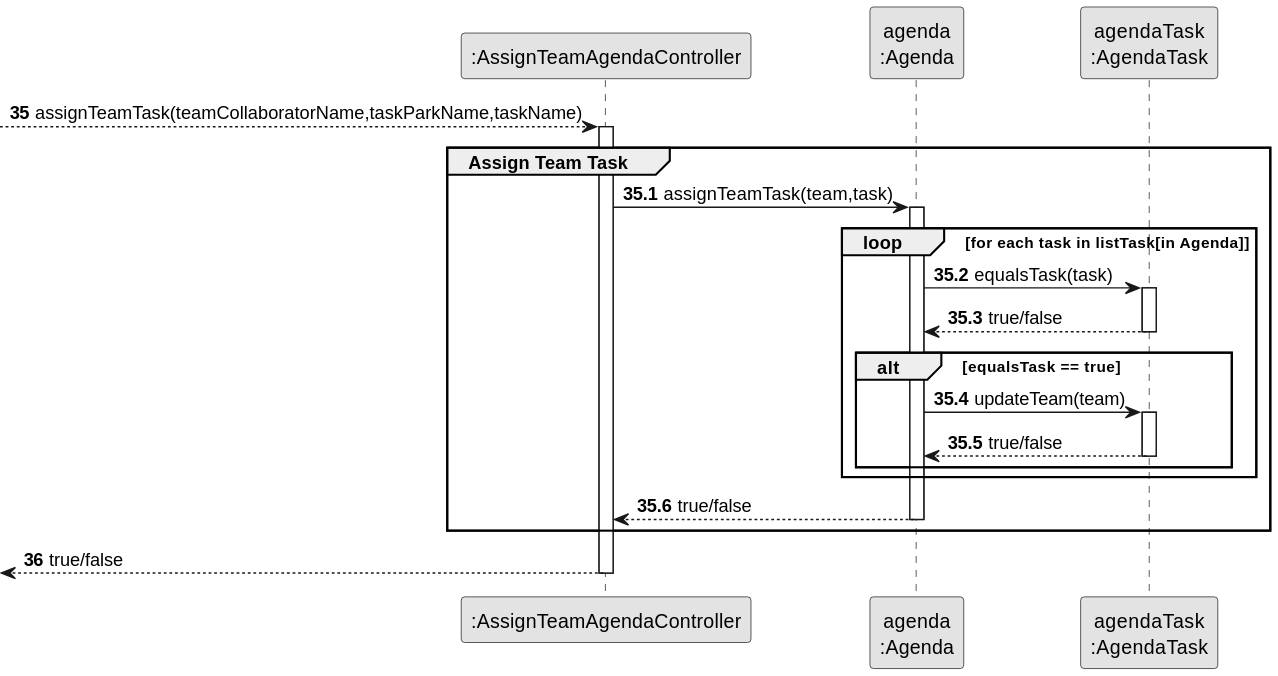
This is docs/sprint3/us23/03.design/svg/us23-partial-sequence-diagram-assign-team.svg from Departamento-de-Engenharia-Informatica/lei-24-s2-1db-g022, a PlantUML export, as it was before one commit.
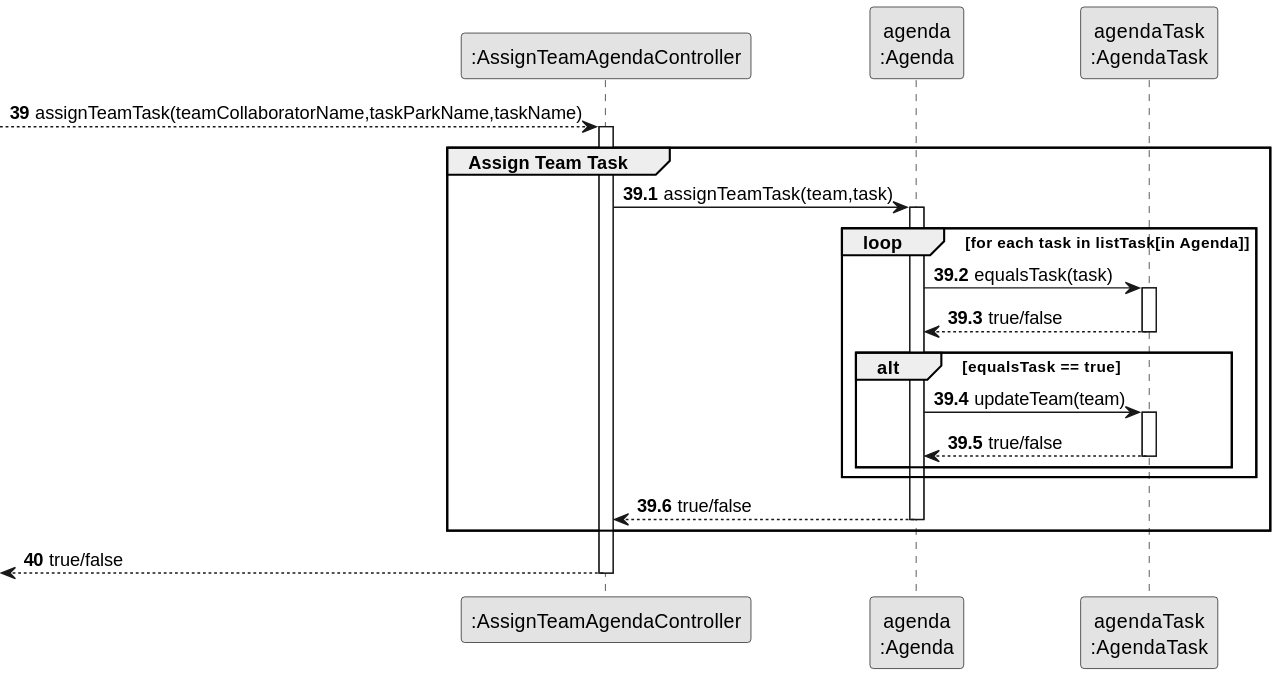
The same file after the commit.

Commit message:
Rectification autonumber US23

Diff of the diagram source:
```diff
@@ -8,11 +8,11 @@
 
 participant "agendaTask\n:AgendaTask" as TASK
 
-autonumber 35
+autonumber 39
 
 --> CTRL : assignTeamTask(teamCollaboratorName,taskParkName,taskName)
 
-autonumber 35.1
+autonumber 39.1
 group Assign Team Task
 
 activate CTRL
@@ -51,7 +51,7 @@
 
 end
 
-autonumber 36
+autonumber 40
 
 <--CTRL : true/false
 
```
